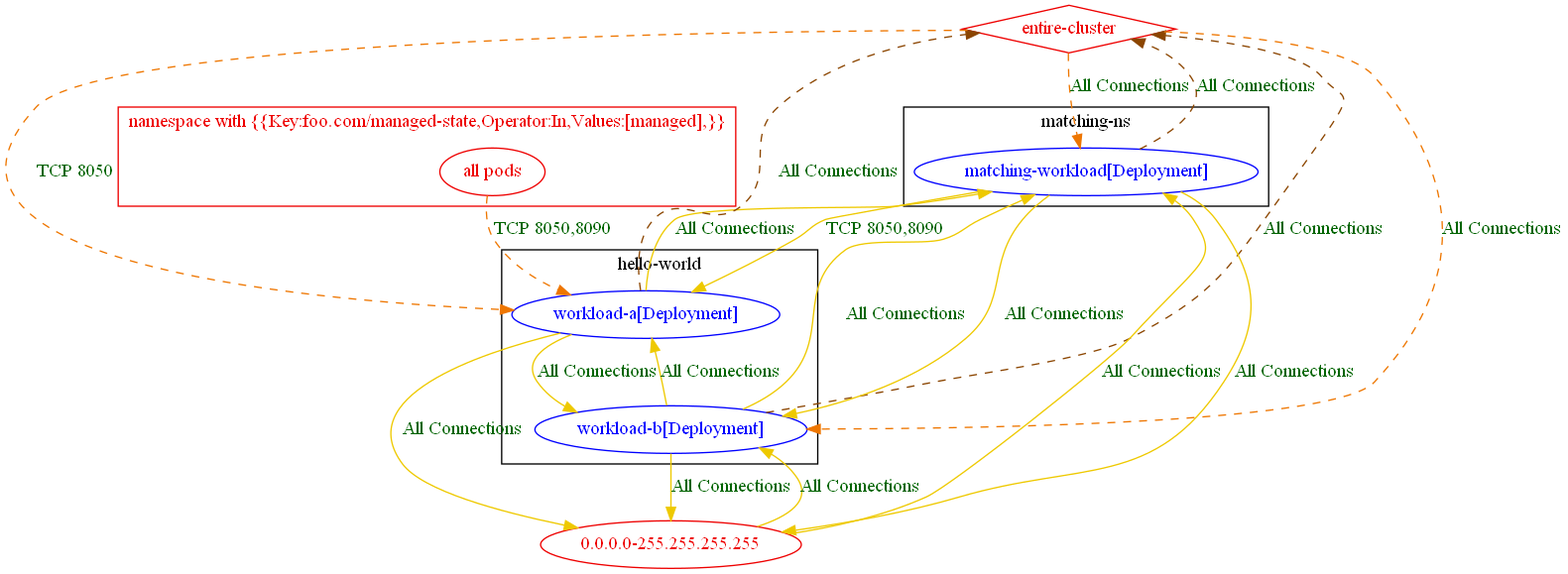
Earlier version of the Graphviz export test_outputs/connlist/exposure_to_new_namespace_conn_and_entire_cluster_with_matching_pod_exposure_output.dot.png (np-guard/netpol-analyzer). Its source is kept beside it as test_outputs/connlist/exposure_to_new_namespace_conn_and_entire_cluster_with_matching_pod_exposure_output.dot. Source of this version:
```dot
digraph {
	subgraph "cluster_hello_world" {
		color="black"
		fontcolor="black"
		"hello-world/workload-a[Deployment]" [label="workload-a[Deployment]" color="blue" fontcolor="blue"]
		"hello-world/workload-b[Deployment]" [label="workload-b[Deployment]" color="blue" fontcolor="blue"]
		label="hello-world"
	}
	subgraph "cluster_matching_ns" {
		color="black"
		fontcolor="black"
		"matching-ns/matching-workload[Deployment]" [label="matching-workload[Deployment]" color="blue" fontcolor="blue"]
		label="matching-ns"
	}
	subgraph "cluster_namespace with {{Key:foo.com/managed_state,Operator:In,Values:[managed],}}" {
		color="red2"
		fontcolor="red2"
		"all pods_in_namespace with {{Key:foo.com/managed-state,Operator:In,Values:[managed],}}" [label="all pods" color="red2" fontcolor="red2"]
		label="namespace with {{Key:foo.com/managed-state,Operator:In,Values:[managed],}}"
	}
	"0.0.0.0-255.255.255.255" [label="0.0.0.0-255.255.255.255" color="red2" fontcolor="red2"]
	"entire-cluster" [label="entire-cluster" color="red2" fontcolor="red2" shape=diamond]
	"0.0.0.0-255.255.255.255" -> "hello-world/workload-b[Deployment]" [label="All Connections" color="gold2" fontcolor="darkgreen" weight=0.5]
	"0.0.0.0-255.255.255.255" -> "matching-ns/matching-workload[Deployment]" [label="All Connections" color="gold2" fontcolor="darkgreen" weight=0.5]
	"all pods_in_namespace with {{Key:foo.com/managed-state,Operator:In,Values:[managed],}}" -> "hello-world/workload-a[Deployment]" [label="TCP 8050,8090" color="darkorange2" fontcolor="darkgreen" weight=1 style=dashed]
	"entire-cluster" -> "hello-world/workload-a[Deployment]" [label="TCP 8050" color="darkorange2" fontcolor="darkgreen" weight=1 style=dashed]
	"entire-cluster" -> "hello-world/workload-b[Deployment]" [label="All Connections" color="darkorange2" fontcolor="darkgreen" weight=1 style=dashed]
	"entire-cluster" -> "matching-ns/matching-workload[Deployment]" [label="All Connections" color="darkorange2" fontcolor="darkgreen" weight=1 style=dashed]
	"hello-world/workload-a[Deployment]" -> "0.0.0.0-255.255.255.255" [label="All Connections" color="gold2" fontcolor="darkgreen" weight=1]
	"hello-world/workload-a[Deployment]" -> "entire-cluster" [label="All Connections" color="darkorange4" fontcolor="darkgreen" weight=0.5 style=dashed]
	"hello-world/workload-a[Deployment]" -> "hello-world/workload-b[Deployment]" [label="All Connections" color="gold2" fontcolor="darkgreen" weight=0.5]
	"hello-world/workload-a[Deployment]" -> "matching-ns/matching-workload[Deployment]" [label="All Connections" color="gold2" fontcolor="darkgreen" weight=0.5]
	"hello-world/workload-b[Deployment]" -> "0.0.0.0-255.255.255.255" [label="All Connections" color="gold2" fontcolor="darkgreen" weight=1]
	"hello-world/workload-b[Deployment]" -> "entire-cluster" [label="All Connections" color="darkorange4" fontcolor="darkgreen" weight=0.5 style=dashed]
	"hello-world/workload-b[Deployment]" -> "hello-world/workload-a[Deployment]" [label="All Connections" color="gold2" fontcolor="darkgreen" weight=1]
	"hello-world/workload-b[Deployment]" -> "matching-ns/matching-workload[Deployment]" [label="All Connections" color="gold2" fontcolor="darkgreen" weight=0.5]
	"matching-ns/matching-workload[Deployment]" -> "0.0.0.0-255.255.255.255" [label="All Connections" color="gold2" fontcolor="darkgreen" weight=1]
	"matching-ns/matching-workload[Deployment]" -> "entire-cluster" [label="All Connections" color="darkorange4" fontcolor="darkgreen" weight=0.5 style=dashed]
	"matching-ns/matching-workload[Deployment]" -> "hello-world/workload-a[Deployment]" [label="TCP 8050,8090" color="gold2" fontcolor="darkgreen" weight=1]
	"matching-ns/matching-workload[Deployment]" -> "hello-world/workload-b[Deployment]" [label="All Connections" color="gold2" fontcolor="darkgreen" weight=1]
}
```
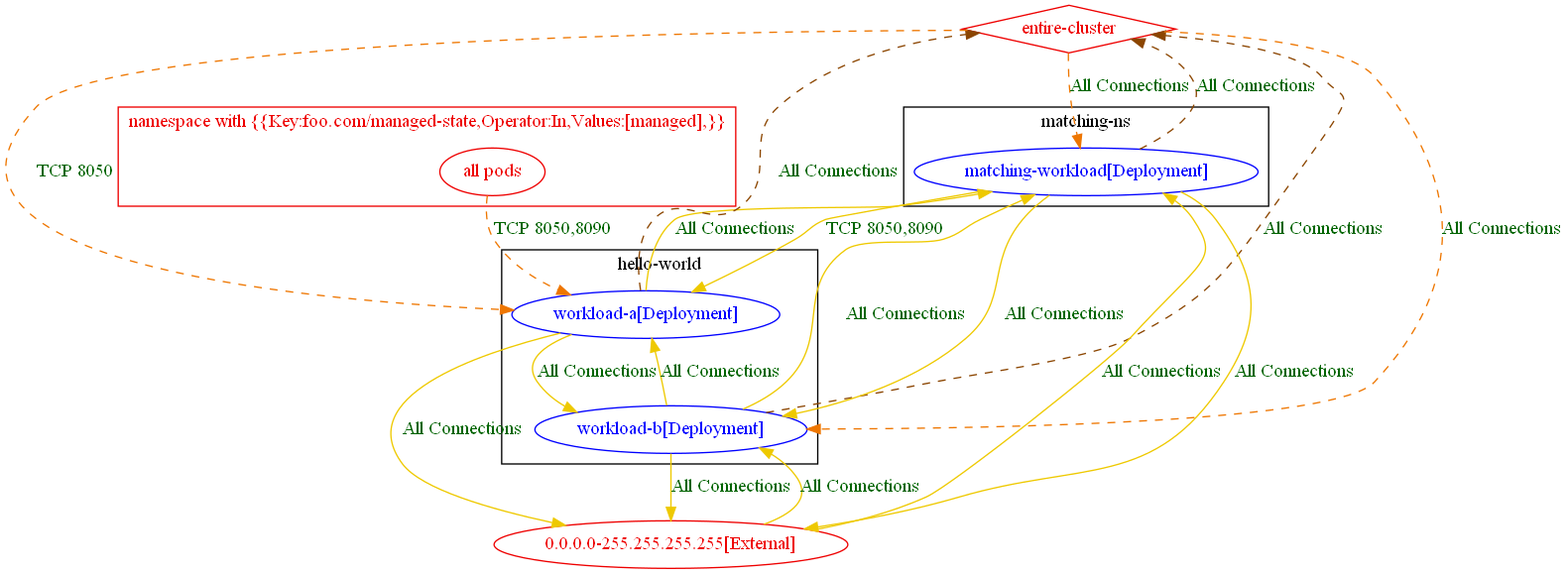
After the change.

The edit, as a diff of the source:
```diff
@@ -18,23 +18,23 @@
 		"all pods_in_namespace with {{Key:foo.com/managed-state,Operator:In,Values:[managed],}}" [label="all pods" color="red2" fontcolor="red2"]
 		label="namespace with {{Key:foo.com/managed-state,Operator:In,Values:[managed],}}"
 	}
-	"0.0.0.0-255.255.255.255" [label="0.0.0.0-255.255.255.255" color="red2" fontcolor="red2"]
+	"0.0.0.0-255.255.255.255[External]" [label="0.0.0.0-255.255.255.255[External]" color="red2" fontcolor="red2"]
 	"entire-cluster" [label="entire-cluster" color="red2" fontcolor="red2" shape=diamond]
-	"0.0.0.0-255.255.255.255" -> "hello-world/workload-b[Deployment]" [label="All Connections" color="gold2" fontcolor="darkgreen" weight=0.5]
-	"0.0.0.0-255.255.255.255" -> "matching-ns/matching-workload[Deployment]" [label="All Connections" color="gold2" fontcolor="darkgreen" weight=0.5]
+	"0.0.0.0-255.255.255.255[External]" -> "hello-world/workload-b[Deployment]" [label="All Connections" color="gold2" fontcolor="darkgreen" weight=0.5]
+	"0.0.0.0-255.255.255.255[External]" -> "matching-ns/matching-workload[Deployment]" [label="All Connections" color="gold2" fontcolor="darkgreen" weight=0.5]
 	"all pods_in_namespace with {{Key:foo.com/managed-state,Operator:In,Values:[managed],}}" -> "hello-world/workload-a[Deployment]" [label="TCP 8050,8090" color="darkorange2" fontcolor="darkgreen" weight=1 style=dashed]
 	"entire-cluster" -> "hello-world/workload-a[Deployment]" [label="TCP 8050" color="darkorange2" fontcolor="darkgreen" weight=1 style=dashed]
 	"entire-cluster" -> "hello-world/workload-b[Deployment]" [label="All Connections" color="darkorange2" fontcolor="darkgreen" weight=1 style=dashed]
 	"entire-cluster" -> "matching-ns/matching-workload[Deployment]" [label="All Connections" color="darkorange2" fontcolor="darkgreen" weight=1 style=dashed]
-	"hello-world/workload-a[Deployment]" -> "0.0.0.0-255.255.255.255" [label="All Connections" color="gold2" fontcolor="darkgreen" weight=1]
+	"hello-world/workload-a[Deployment]" -> "0.0.0.0-255.255.255.255[External]" [label="All Connections" color="gold2" fontcolor="darkgreen" weight=1]
 	"hello-world/workload-a[Deployment]" -> "entire-cluster" [label="All Connections" color="darkorange4" fontcolor="darkgreen" weight=0.5 style=dashed]
 	"hello-world/workload-a[Deployment]" -> "hello-world/workload-b[Deployment]" [label="All Connections" color="gold2" fontcolor="darkgreen" weight=0.5]
 	"hello-world/workload-a[Deployment]" -> "matching-ns/matching-workload[Deployment]" [label="All Connections" color="gold2" fontcolor="darkgreen" weight=0.5]
-	"hello-world/workload-b[Deployment]" -> "0.0.0.0-255.255.255.255" [label="All Connections" color="gold2" fontcolor="darkgreen" weight=1]
+	"hello-world/workload-b[Deployment]" -> "0.0.0.0-255.255.255.255[External]" [label="All Connections" color="gold2" fontcolor="darkgreen" weight=1]
 	"hello-world/workload-b[Deployment]" -> "entire-cluster" [label="All Connections" color="darkorange4" fontcolor="darkgreen" weight=0.5 style=dashed]
 	"hello-world/workload-b[Deployment]" -> "hello-world/workload-a[Deployment]" [label="All Connections" color="gold2" fontcolor="darkgreen" weight=1]
 	"hello-world/workload-b[Deployment]" -> "matching-ns/matching-workload[Deployment]" [label="All Connections" color="gold2" fontcolor="darkgreen" weight=0.5]
-	"matching-ns/matching-workload[Deployment]" -> "0.0.0.0-255.255.255.255" [label="All Connections" color="gold2" fontcolor="darkgreen" weight=1]
+	"matching-ns/matching-workload[Deployment]" -> "0.0.0.0-255.255.255.255[External]" [label="All Connections" color="gold2" fontcolor="darkgreen" weight=1]
 	"matching-ns/matching-workload[Deployment]" -> "entire-cluster" [label="All Connections" color="darkorange4" fontcolor="darkgreen" weight=0.5 style=dashed]
 	"matching-ns/matching-workload[Deployment]" -> "hello-world/workload-a[Deployment]" [label="TCP 8050,8090" color="gold2" fontcolor="darkgreen" weight=1]
 	"matching-ns/matching-workload[Deployment]" -> "hello-world/workload-b[Deployment]" [label="All Connections" color="gold2" fontcolor="darkgreen" weight=1]
```
